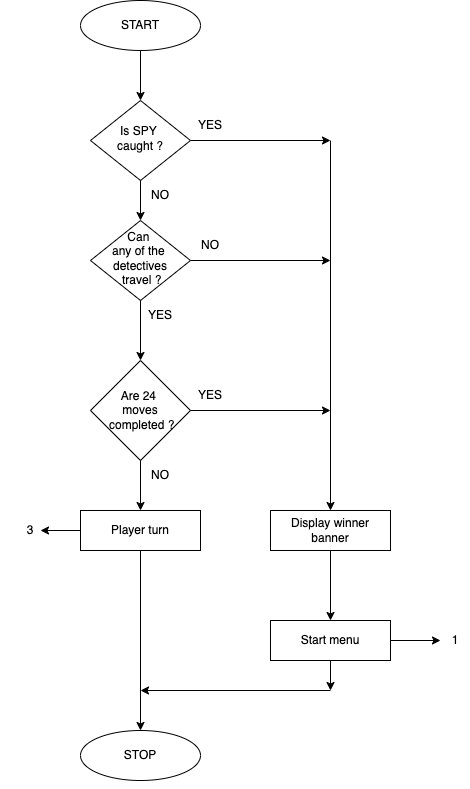
The draw.io diagram game-over.drawio.png in garimiddisuman/project, before a commit. Source tidied: cells renumbered, new cells last; positions are measured from the earlier drawing's top-left corner, leaving out a move shared by most shapes.
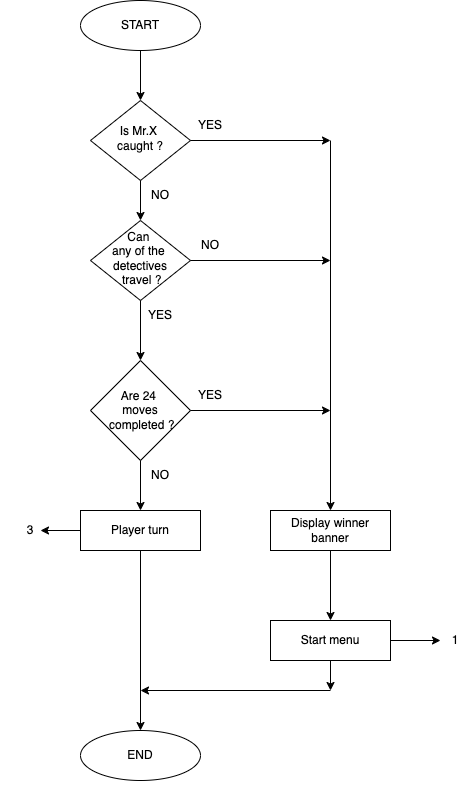
After the change.

What changed in the source:
```diff
@@ -2,7 +2,7 @@
   <root>
     <mxCell id="0" />
     <mxCell id="1" parent="0" />
-    <mxCell id="2" value="Is SPY&amp;nbsp;&lt;div&gt;caught ?&lt;/div&gt;" style="rhombus;whiteSpace=wrap;html=1;shadow=0;fontFamily=Helvetica;fontSize=12;align=center;strokeWidth=1;spacing=6;spacingTop=-4;" parent="1" vertex="1">
+    <mxCell id="2" value="Is Mr.X&amp;nbsp;&lt;div&gt;caught ?&lt;/div&gt;" style="rhombus;whiteSpace=wrap;html=1;shadow=0;fontFamily=Helvetica;fontSize=12;align=center;strokeWidth=1;spacing=6;spacingTop=-4;" parent="1" vertex="1">
       <mxGeometry x="90" y="100" width="100" height="80" as="geometry" />
     </mxCell>
     <mxCell id="3" value="Can&amp;nbsp;&lt;div&gt;any&amp;nbsp;&lt;span style=&quot;background-color: transparent; color: light-dark(rgb(0, 0, 0), rgb(255, 255, 255));&quot;&gt;of&amp;nbsp;&lt;/span&gt;&lt;span style=&quot;background-color: transparent; color: light-dark(rgb(0, 0, 0), rgb(255, 255, 255));&quot;&gt;the&amp;nbsp;&lt;/span&gt;&lt;div&gt;&lt;div&gt;&lt;div&gt;&lt;span style=&quot;background-color: transparent; color: light-dark(rgb(0, 0, 0), rgb(255, 255, 255));&quot;&gt;detectives&lt;/span&gt;&lt;/div&gt;&lt;div&gt;&lt;span style=&quot;background-color: transparent; color: light-dark(rgb(0, 0, 0), rgb(255, 255, 255));&quot;&gt;&amp;nbsp;travel ?&lt;/span&gt;&lt;/div&gt;&lt;/div&gt;&lt;/div&gt;&lt;/div&gt;" style="rhombus;whiteSpace=wrap;html=1;shadow=0;fontFamily=Helvetica;fontSize=12;align=center;strokeWidth=1;spacing=6;spacingTop=-4;" parent="1" vertex="1">
@@ -90,7 +90,7 @@
     <mxCell id="21" value="1" style="text;html=1;align=center;verticalAlign=middle;whiteSpace=wrap;rounded=0;" parent="1" vertex="1">
       <mxGeometry x="440" y="622.5" width="30" height="35" as="geometry" />
     </mxCell>
-    <mxCell id="22" value="STOP" style="ellipse;whiteSpace=wrap;html=1;" parent="1" vertex="1">
+    <mxCell id="22" value="END" style="ellipse;whiteSpace=wrap;html=1;" parent="1" vertex="1">
       <mxGeometry x="80" y="730" width="120" height="50" as="geometry" />
     </mxCell>
     <mxCell id="23" style="endArrow=classic;html=1;rounded=0;entryX=0.5;entryY=0;entryDx=0;entryDy=0;" parent="1" edge="1" target="22">
```
